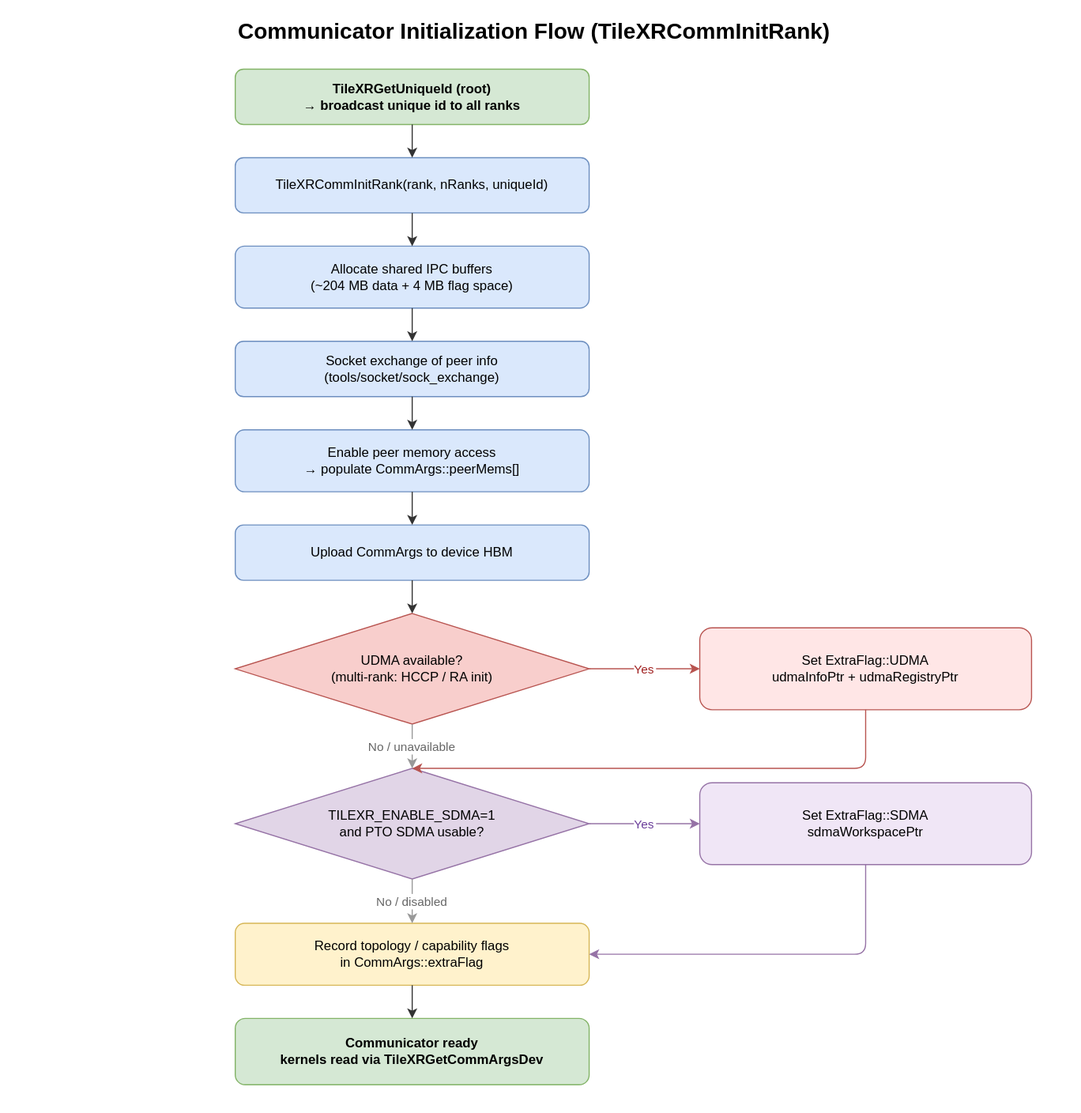
LingquLab/TileXR keeps this draw.io diagram as docs/diagrams/comm-init-flow.drawio.svg. Above is the earlier version. Source tidied: cells renumbered, new cells last; positions are measured from the earlier drawing's top-left corner, leaving out a move shared by most shapes.
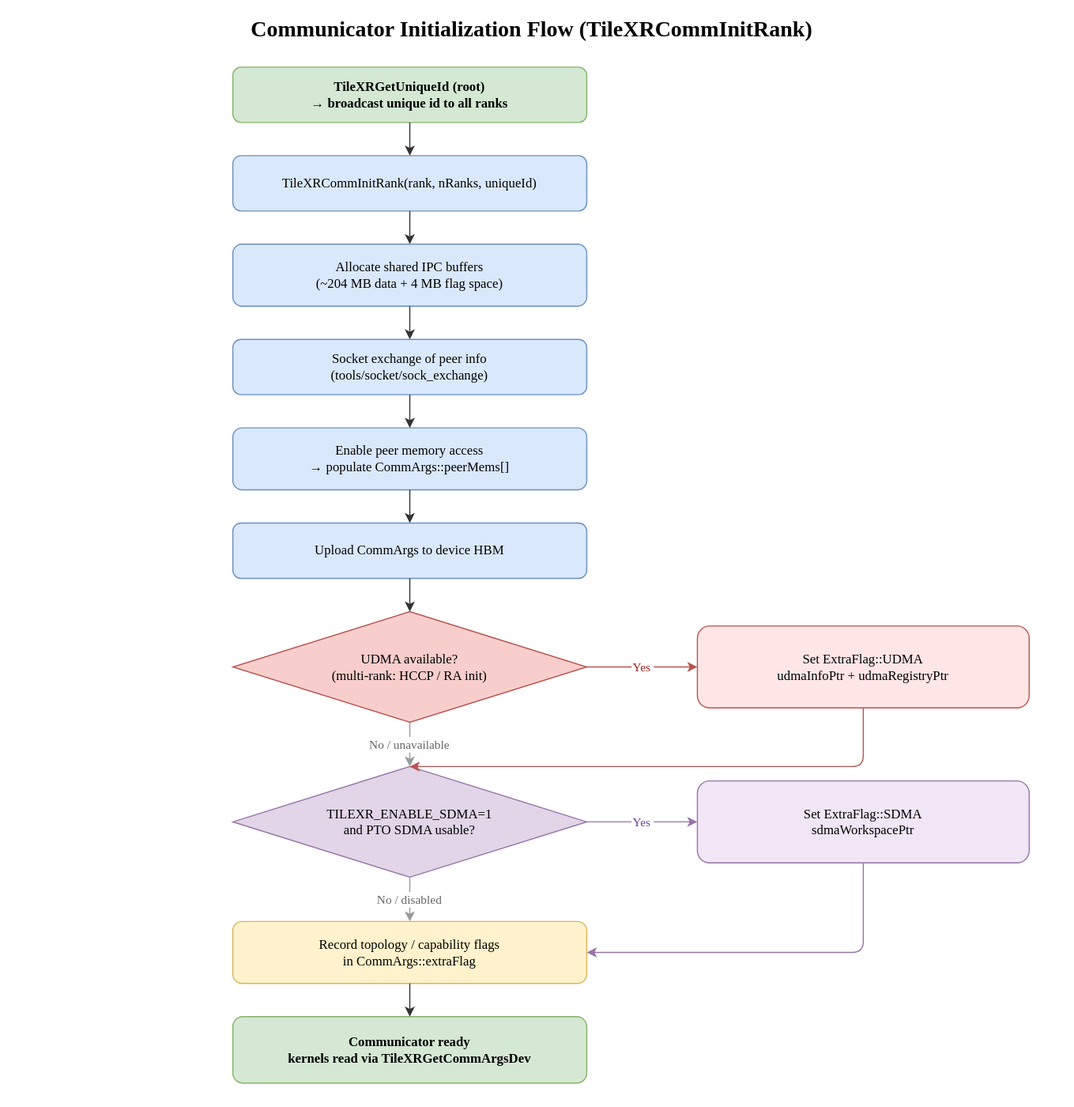
Later version of the same file.

Change to the diagram source:
```diff
@@ -2,90 +2,90 @@
   <root>
     <mxCell id="0" />
     <mxCell id="1" parent="0" />
-    <mxCell id="2" value="Communicator Initialization Flow (TileXRCommInitRank)" style="text;html=1;align=center;verticalAlign=middle;fontSize=20;fontStyle=1;" parent="1" vertex="1">
+    <mxCell id="2" value="Communicator Initialization Flow (TileXRCommInitRank)" style="text;html=1;align=center;verticalAlign=middle;fontSize=20;fontStyle=1;fontFamily=Comic Sans MS;" parent="1" vertex="1">
       <mxGeometry width="940" height="30" as="geometry" />
     </mxCell>
-    <mxCell id="3" value="TileXRGetUniqueId (root) &#10;→ broadcast unique id to all ranks" style="rounded=1;whiteSpace=wrap;fillColor=#d5e8d4;strokeColor=#82b366;fontStyle=1;" parent="1" vertex="1">
+    <mxCell id="3" value="TileXRGetUniqueId (root) &#10;→ broadcast unique id to all ranks" style="rounded=1;whiteSpace=wrap;fillColor=#d5e8d4;strokeColor=#82b366;fontStyle=1;fontFamily=Comic Sans MS;" parent="1" vertex="1">
       <mxGeometry x="200" y="50" width="320" height="50" as="geometry" />
     </mxCell>
-    <mxCell id="4" value="TileXRCommInitRank(rank, nRanks, uniqueId)" style="rounded=1;whiteSpace=wrap;fillColor=#dae8fc;strokeColor=#6c8ebf;" parent="1" vertex="1">
+    <mxCell id="4" value="TileXRCommInitRank(rank, nRanks, uniqueId)" style="rounded=1;whiteSpace=wrap;fillColor=#dae8fc;strokeColor=#6c8ebf;fontFamily=Comic Sans MS;" parent="1" vertex="1">
       <mxGeometry x="200" y="130" width="320" height="50" as="geometry" />
     </mxCell>
-    <mxCell id="5" value="Allocate shared IPC buffers&#10;(~204 MB data + 4 MB flag space)" style="rounded=1;whiteSpace=wrap;fillColor=#dae8fc;strokeColor=#6c8ebf;" parent="1" vertex="1">
+    <mxCell id="5" value="Allocate shared IPC buffers&#10;(~204 MB data + 4 MB flag space)" style="rounded=1;whiteSpace=wrap;fillColor=#dae8fc;strokeColor=#6c8ebf;fontFamily=Comic Sans MS;" parent="1" vertex="1">
       <mxGeometry x="200" y="210" width="320" height="56" as="geometry" />
     </mxCell>
-    <mxCell id="6" value="Socket exchange of peer info&#10;(tools/socket/sock_exchange)" style="rounded=1;whiteSpace=wrap;fillColor=#dae8fc;strokeColor=#6c8ebf;" parent="1" vertex="1">
+    <mxCell id="6" value="Socket exchange of peer info&#10;(tools/socket/sock_exchange)" style="rounded=1;whiteSpace=wrap;fillColor=#dae8fc;strokeColor=#6c8ebf;fontFamily=Comic Sans MS;" parent="1" vertex="1">
       <mxGeometry x="200" y="296" width="320" height="50" as="geometry" />
     </mxCell>
-    <mxCell id="7" value="Enable peer memory access&#10;→ populate CommArgs::peerMems[]" style="rounded=1;whiteSpace=wrap;fillColor=#dae8fc;strokeColor=#6c8ebf;" parent="1" vertex="1">
+    <mxCell id="7" value="Enable peer memory access&#10;→ populate CommArgs::peerMems[]" style="rounded=1;whiteSpace=wrap;fillColor=#dae8fc;strokeColor=#6c8ebf;fontFamily=Comic Sans MS;" parent="1" vertex="1">
       <mxGeometry x="200" y="376" width="320" height="56" as="geometry" />
     </mxCell>
-    <mxCell id="8" value="Upload CommArgs to device HBM" style="rounded=1;whiteSpace=wrap;fillColor=#dae8fc;strokeColor=#6c8ebf;" parent="1" vertex="1">
+    <mxCell id="8" value="Upload CommArgs to device HBM" style="rounded=1;whiteSpace=wrap;fillColor=#dae8fc;strokeColor=#6c8ebf;fontFamily=Comic Sans MS;" parent="1" vertex="1">
       <mxGeometry x="200" y="462" width="320" height="50" as="geometry" />
     </mxCell>
-    <mxCell id="9" value="UDMA available?&#10;(multi-rank: HCCP / RA init)" style="rhombus;whiteSpace=wrap;fillColor=#f8cecc;strokeColor=#b85450;" parent="1" vertex="1">
+    <mxCell id="9" value="UDMA available?&#10;(multi-rank: HCCP / RA init)" style="rhombus;whiteSpace=wrap;fillColor=#f8cecc;strokeColor=#b85450;fontFamily=Comic Sans MS;" parent="1" vertex="1">
       <mxGeometry x="200" y="542" width="320" height="100" as="geometry" />
     </mxCell>
-    <mxCell id="10" value="Set ExtraFlag::UDMA&#10;udmaInfoPtr + udmaRegistryPtr" style="rounded=1;whiteSpace=wrap;fillColor=#ffe6e6;strokeColor=#b85450;" parent="1" vertex="1">
+    <mxCell id="10" value="Set ExtraFlag::UDMA&#10;udmaInfoPtr + udmaRegistryPtr" style="rounded=1;whiteSpace=wrap;fillColor=#ffe6e6;strokeColor=#b85450;fontFamily=Comic Sans MS;" parent="1" vertex="1">
       <mxGeometry x="620" y="555" width="300" height="74" as="geometry" />
     </mxCell>
-    <mxCell id="11" value="TILEXR_ENABLE_SDMA=1&#10;and PTO SDMA usable?" style="rhombus;whiteSpace=wrap;fillColor=#e1d5e7;strokeColor=#9673a6;" parent="1" vertex="1">
+    <mxCell id="11" value="TILEXR_ENABLE_SDMA=1&#10;and PTO SDMA usable?" style="rhombus;whiteSpace=wrap;fillColor=#e1d5e7;strokeColor=#9673a6;fontFamily=Comic Sans MS;" parent="1" vertex="1">
       <mxGeometry x="200" y="682" width="320" height="100" as="geometry" />
     </mxCell>
-    <mxCell id="12" value="Set ExtraFlag::SDMA&#10;sdmaWorkspacePtr" style="rounded=1;whiteSpace=wrap;fillColor=#f0e6f6;strokeColor=#9673a6;" parent="1" vertex="1">
+    <mxCell id="12" value="Set ExtraFlag::SDMA&#10;sdmaWorkspacePtr" style="rounded=1;whiteSpace=wrap;fillColor=#f0e6f6;strokeColor=#9673a6;fontFamily=Comic Sans MS;" parent="1" vertex="1">
       <mxGeometry x="620" y="695" width="300" height="74" as="geometry" />
     </mxCell>
-    <mxCell id="13" value="Record topology / capability flags&#10;in CommArgs::extraFlag" style="rounded=1;whiteSpace=wrap;fillColor=#fff2cc;strokeColor=#d6b656;" parent="1" vertex="1">
+    <mxCell id="13" value="Record topology / capability flags&#10;in CommArgs::extraFlag" style="rounded=1;whiteSpace=wrap;fillColor=#fff2cc;strokeColor=#d6b656;fontFamily=Comic Sans MS;" parent="1" vertex="1">
       <mxGeometry x="200" y="822" width="320" height="56" as="geometry" />
     </mxCell>
-    <mxCell id="14" value="Communicator ready&#10;kernels read via TileXRGetCommArgsDev" style="rounded=1;whiteSpace=wrap;fillColor=#d5e8d4;strokeColor=#82b366;fontStyle=1;" parent="1" vertex="1">
+    <mxCell id="14" value="Communicator ready&#10;kernels read via TileXRGetCommArgsDev" style="rounded=1;whiteSpace=wrap;fillColor=#d5e8d4;strokeColor=#82b366;fontStyle=1;fontFamily=Comic Sans MS;" parent="1" vertex="1">
       <mxGeometry x="200" y="908" width="320" height="60" as="geometry" />
     </mxCell>
-    <mxCell id="15" style="edgeStyle=orthogonalEdgeStyle;rounded=1;endArrow=classic;strokeColor=#333333;" parent="1" edge="1" source="3" target="4">
+    <mxCell id="15" style="edgeStyle=orthogonalEdgeStyle;rounded=1;endArrow=classic;strokeColor=#333333;fontFamily=Comic Sans MS;" parent="1" edge="1" source="3" target="4">
       <mxGeometry relative="1" as="geometry" />
     </mxCell>
-    <mxCell id="16" style="edgeStyle=orthogonalEdgeStyle;rounded=1;endArrow=classic;strokeColor=#333333;" parent="1" edge="1" source="4" target="5">
+    <mxCell id="16" style="edgeStyle=orthogonalEdgeStyle;rounded=1;endArrow=classic;strokeColor=#333333;fontFamily=Comic Sans MS;" parent="1" edge="1" source="4" target="5">
       <mxGeometry relative="1" as="geometry" />
     </mxCell>
-    <mxCell id="17" style="edgeStyle=orthogonalEdgeStyle;rounded=1;endArrow=classic;strokeColor=#333333;" parent="1" edge="1" source="5" target="6">
+    <mxCell id="17" style="edgeStyle=orthogonalEdgeStyle;rounded=1;endArrow=classic;strokeColor=#333333;fontFamily=Comic Sans MS;" parent="1" edge="1" source="5" target="6">
       <mxGeometry relative="1" as="geometry" />
     </mxCell>
-    <mxCell id="18" style="edgeStyle=orthogonalEdgeStyle;rounded=1;endArrow=classic;strokeColor=#333333;" parent="1" edge="1" source="6" target="7">
+    <mxCell id="18" style="edgeStyle=orthogonalEdgeStyle;rounded=1;endArrow=classic;strokeColor=#333333;fontFamily=Comic Sans MS;" parent="1" edge="1" source="6" target="7">
       <mxGeometry relative="1" as="geometry" />
     </mxCell>
-    <mxCell id="19" style="edgeStyle=orthogonalEdgeStyle;rounded=1;endArrow=classic;strokeColor=#333333;" parent="1" edge="1" source="7" target="8">
+    <mxCell id="19" style="edgeStyle=orthogonalEdgeStyle;rounded=1;endArrow=classic;strokeColor=#333333;fontFamily=Comic Sans MS;" parent="1" edge="1" source="7" target="8">
       <mxGeometry relative="1" as="geometry" />
     </mxCell>
-    <mxCell id="20" style="edgeStyle=orthogonalEdgeStyle;rounded=1;endArrow=classic;strokeColor=#333333;" parent="1" edge="1" source="8" target="9">
+    <mxCell id="20" style="edgeStyle=orthogonalEdgeStyle;rounded=1;endArrow=classic;strokeColor=#333333;fontFamily=Comic Sans MS;" parent="1" edge="1" source="8" target="9">
       <mxGeometry relative="1" as="geometry" />
     </mxCell>
-    <mxCell id="21" value="Yes" style="edgeStyle=orthogonalEdgeStyle;rounded=1;endArrow=classic;strokeColor=#b85450;fontColor=#a02020;exitX=1;exitY=0.5;entryX=0;entryY=0.5;" parent="1" edge="1" source="9" target="10">
+    <mxCell id="21" value="Yes" style="edgeStyle=orthogonalEdgeStyle;rounded=1;endArrow=classic;strokeColor=#b85450;fontColor=#a02020;exitX=1;exitY=0.5;entryX=0;entryY=0.5;fontFamily=Comic Sans MS;" parent="1" edge="1" source="9" target="10">
       <mxGeometry relative="1" as="geometry" />
     </mxCell>
-    <mxCell id="22" value="No / unavailable" style="edgeStyle=orthogonalEdgeStyle;rounded=1;endArrow=classic;strokeColor=#999999;fontColor=#666666;exitX=0.5;exitY=1;entryX=0.5;entryY=0;" parent="1" edge="1" source="9" target="11">
+    <mxCell id="22" value="No / unavailable" style="edgeStyle=orthogonalEdgeStyle;rounded=1;endArrow=classic;strokeColor=#999999;fontColor=#666666;exitX=0.5;exitY=1;entryX=0.5;entryY=0;fontFamily=Comic Sans MS;" parent="1" edge="1" source="9" target="11">
       <mxGeometry relative="1" as="geometry" />
     </mxCell>
-    <mxCell id="23" style="edgeStyle=orthogonalEdgeStyle;rounded=1;endArrow=classic;strokeColor=#b85450;exitX=0.5;exitY=1;entryX=0.5;entryY=0;entryDx=0;entryDy=0;" parent="1" edge="1" source="10" target="11">
+    <mxCell id="23" style="edgeStyle=orthogonalEdgeStyle;rounded=1;endArrow=classic;strokeColor=#b85450;exitX=0.5;exitY=1;entryX=0.5;entryY=0;entryDx=0;entryDy=0;fontFamily=Comic Sans MS;" parent="1" edge="1" source="10" target="11">
       <mxGeometry relative="1" as="geometry">
         <Array as="points">
           <mxPoint x="770" y="682" />
         </Array>
       </mxGeometry>
     </mxCell>
-    <mxCell id="24" value="Yes" style="edgeStyle=orthogonalEdgeStyle;rounded=1;endArrow=classic;strokeColor=#9673a6;fontColor=#6a3d9a;exitX=1;exitY=0.5;entryX=0;entryY=0.5;" parent="1" edge="1" source="11" target="12">
+    <mxCell id="24" value="Yes" style="edgeStyle=orthogonalEdgeStyle;rounded=1;endArrow=classic;strokeColor=#9673a6;fontColor=#6a3d9a;exitX=1;exitY=0.5;entryX=0;entryY=0.5;fontFamily=Comic Sans MS;" parent="1" edge="1" source="11" target="12">
       <mxGeometry relative="1" as="geometry" />
     </mxCell>
-    <mxCell id="25" value="No / disabled" style="edgeStyle=orthogonalEdgeStyle;rounded=1;endArrow=classic;strokeColor=#999999;fontColor=#666666;exitX=0.5;exitY=1;entryX=0.5;entryY=0;" parent="1" edge="1" source="11" target="13">
+    <mxCell id="25" value="No / disabled" style="edgeStyle=orthogonalEdgeStyle;rounded=1;endArrow=classic;strokeColor=#999999;fontColor=#666666;exitX=0.5;exitY=1;entryX=0.5;entryY=0;fontFamily=Comic Sans MS;" parent="1" edge="1" source="11" target="13">
       <mxGeometry relative="1" as="geometry" />
     </mxCell>
-    <mxCell id="26" style="edgeStyle=orthogonalEdgeStyle;rounded=1;endArrow=classic;strokeColor=#9673a6;exitX=0.5;exitY=1;entryX=1;entryY=0.5;" parent="1" edge="1" source="12" target="13">
+    <mxCell id="26" style="edgeStyle=orthogonalEdgeStyle;rounded=1;endArrow=classic;strokeColor=#9673a6;exitX=0.5;exitY=1;entryX=1;entryY=0.5;fontFamily=Comic Sans MS;" parent="1" edge="1" source="12" target="13">
       <mxGeometry relative="1" as="geometry">
         <Array as="points">
           <mxPoint x="770" y="850" />
         </Array>
       </mxGeometry>
     </mxCell>
-    <mxCell id="27" style="edgeStyle=orthogonalEdgeStyle;rounded=1;endArrow=classic;strokeColor=#333333;" parent="1" edge="1" source="13" target="14">
+    <mxCell id="27" style="edgeStyle=orthogonalEdgeStyle;rounded=1;endArrow=classic;strokeColor=#333333;fontFamily=Comic Sans MS;" parent="1" edge="1" source="13" target="14">
       <mxGeometry relative="1" as="geometry" />
     </mxCell>
   </root>
```
